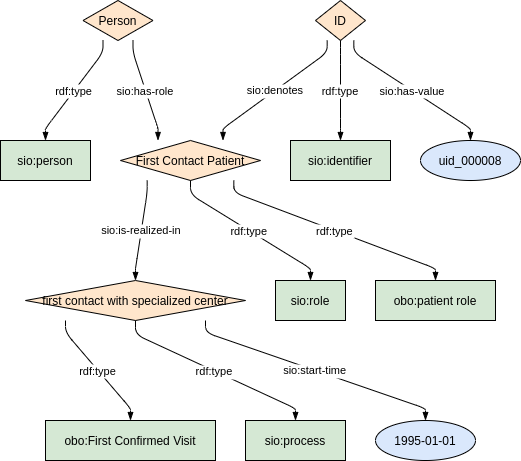
This is images/rdf/4_Care_pathway.png from ejp-rd-vp/ERN-common-data-elements, a draw.io export, as it was before one commit. Source tidied: cells renumbered, new cells last; positions are measured from the earlier drawing's top-left corner, leaving out a move shared by most shapes. Its diagram source:
```xml
<mxGraphModel>
  <root>
    <mxCell id="0" />
    <mxCell id="1" parent="0" />
    <object id="2" label="%name%" name="First Contact Patient" placeholders="1">
      <mxCell style="shape=rhombus;fillColor=#FFE6CC;strokeColor=#000000;" parent="1" vertex="1">
        <mxGeometry x="120" y="140" width="140" height="40" as="geometry" />
      </mxCell>
    </object>
    <object id="3" label="%name%" name="first contact with specialized center" placeholders="1">
      <mxCell style="shape=rhombus;fillColor=#FFE6CC;strokeColor=#000000;" parent="1" vertex="1">
        <mxGeometry x="25" y="280" width="220" height="40" as="geometry" />
      </mxCell>
    </object>
    <object id="4" label="%name%" name="obo:First Confirmed Visit" placeholders="1">
      <mxCell style="shape=rounded;fillColor=#d5e8d4;strokeColor=#000000;" parent="1" vertex="1">
        <mxGeometry x="45" y="420" width="170" height="40" as="geometry" />
      </mxCell>
    </object>
    <object id="5" label="%name%" name="1995-01-01" placeholders="1">
      <mxCell style="shape=ellipse;fillColor=#DAE8FC;strokeColor=#000000;" parent="1" vertex="1">
        <mxGeometry x="375" y="420" width="100" height="40" as="geometry" />
      </mxCell>
    </object>
    <object id="6" label="%name%" name="sio:role" placeholders="1">
      <mxCell style="shape=rounded;fillColor=#d5e8d4;strokeColor=#000000;" parent="1" vertex="1">
        <mxGeometry x="275" y="280" width="70" height="40" as="geometry" />
      </mxCell>
    </object>
    <object id="7" label="%name%" name="Person" placeholders="1">
      <mxCell style="shape=rhombus;fillColor=#FFE6CC;strokeColor=#000000;" parent="1" vertex="1">
        <mxGeometry x="82.5" width="70" height="40" as="geometry" />
      </mxCell>
    </object>
    <object id="8" label="%name%" name="sio:person" placeholders="1">
      <mxCell style="shape=rounded;fillColor=#d5e8d4;strokeColor=#000000;" parent="1" vertex="1">
        <mxGeometry y="140" width="90" height="40" as="geometry" />
      </mxCell>
    </object>
    <object id="9" label="%name%" name="ID" placeholders="1">
      <mxCell style="shape=rhombus;fillColor=#FFE6CC;strokeColor=#000000;" parent="1" vertex="1">
        <mxGeometry x="315" width="50" height="40" as="geometry" />
      </mxCell>
    </object>
    <object id="10" label="%name%" name="uid_000008" placeholders="1">
      <mxCell style="shape=ellipse;fillColor=#DAE8FC;strokeColor=#000000;" parent="1" vertex="1">
        <mxGeometry x="420" y="140" width="100" height="40" as="geometry" />
      </mxCell>
    </object>
    <object id="11" label="%name%" name="obo:patient role" placeholders="1">
      <mxCell style="shape=rounded;fillColor=#d5e8d4;strokeColor=#000000;" parent="1" vertex="1">
        <mxGeometry x="375" y="280" width="120" height="40" as="geometry" />
      </mxCell>
    </object>
    <object id="12" label="%name%" name="sio:identifier" placeholders="1">
      <mxCell style="shape=rounded;fillColor=#d5e8d4;strokeColor=#000000;" parent="1" vertex="1">
        <mxGeometry x="290" y="140" width="100" height="40" as="geometry" />
      </mxCell>
    </object>
    <object id="13" label="%name%" name="sio:process" placeholders="1">
      <mxCell style="shape=rounded;fillColor=#d5e8d4;strokeColor=#000000;" parent="1" vertex="1">
        <mxGeometry x="245" y="420" width="100" height="40" as="geometry" />
      </mxCell>
    </object>
    <mxCell id="14" value="sio:is-realized-in" style="curved=0;endArrow=blockThin;endFill=1;noEdgeStyle=1;orthogonal=1;" parent="1" edge="1" source="2" target="3">
      <mxGeometry relative="1" as="geometry">
        <Array as="points">
          <mxPoint x="146.7" y="192" />
          <mxPoint x="135" y="268" />
        </Array>
      </mxGeometry>
    </mxCell>
    <mxCell id="15" value="rdf:type" style="curved=0;endArrow=blockThin;endFill=1;noEdgeStyle=1;orthogonal=1;" parent="1" edge="1" source="3" target="4">
      <mxGeometry relative="1" as="geometry">
        <Array as="points">
          <mxPoint x="65" y="332" />
          <mxPoint x="130" y="408" />
        </Array>
      </mxGeometry>
    </mxCell>
    <mxCell id="16" value="rdf:type" style="curved=0;endArrow=blockThin;endFill=1;noEdgeStyle=1;orthogonal=1;" parent="1" edge="1" source="2" target="6">
      <mxGeometry relative="1" as="geometry">
        <Array as="points">
          <mxPoint x="190" y="194" />
          <mxPoint x="310" y="268" />
        </Array>
      </mxGeometry>
    </mxCell>
    <mxCell id="17" value="rdf:type" style="curved=0;endArrow=blockThin;endFill=1;noEdgeStyle=1;orthogonal=1;" parent="1" edge="1" source="7" target="8">
      <mxGeometry relative="1" as="geometry">
        <Array as="points">
          <mxPoint x="102.5" y="52" />
          <mxPoint x="45" y="128" />
        </Array>
      </mxGeometry>
    </mxCell>
    <mxCell id="18" value="rdf:type" style="curved=0;endArrow=blockThin;endFill=1;noEdgeStyle=1;orthogonal=1;" parent="1" edge="1" source="2" target="11">
      <mxGeometry relative="1" as="geometry">
        <Array as="points">
          <mxPoint x="233.3" y="192" />
          <mxPoint x="435" y="268" />
        </Array>
      </mxGeometry>
    </mxCell>
    <mxCell id="19" value="rdf:type" style="curved=0;endArrow=blockThin;endFill=1;noEdgeStyle=1;orthogonal=1;" parent="1" edge="1" source="9" target="12">
      <mxGeometry relative="1" as="geometry">
        <Array as="points">
          <mxPoint x="340" y="54" />
          <mxPoint x="340" y="128" />
        </Array>
      </mxGeometry>
    </mxCell>
    <mxCell id="20" value="rdf:type" style="curved=0;endArrow=blockThin;endFill=1;noEdgeStyle=1;orthogonal=1;" parent="1" edge="1" source="3" target="13">
      <mxGeometry relative="1" as="geometry">
        <Array as="points">
          <mxPoint x="135" y="334" />
          <mxPoint x="295" y="408" />
        </Array>
      </mxGeometry>
    </mxCell>
    <mxCell id="21" value="sio:start-time" style="curved=0;endArrow=blockThin;endFill=1;noEdgeStyle=1;orthogonal=1;" parent="1" edge="1" source="3" target="5">
      <mxGeometry relative="1" as="geometry">
        <Array as="points">
          <mxPoint x="205" y="332" />
          <mxPoint x="425" y="408" />
        </Array>
      </mxGeometry>
    </mxCell>
    <mxCell id="22" value="sio:has-value" style="curved=0;endArrow=blockThin;endFill=1;noEdgeStyle=1;orthogonal=1;" parent="1" edge="1" source="9" target="10">
      <mxGeometry relative="1" as="geometry">
        <Array as="points">
          <mxPoint x="353.3" y="52" />
          <mxPoint x="470" y="128" />
        </Array>
      </mxGeometry>
    </mxCell>
    <mxCell id="23" value="sio:denotes" style="curved=0;endArrow=blockThin;endFill=1;noEdgeStyle=1;orthogonal=1;" parent="1" edge="1" source="9" target="2">
      <mxGeometry relative="1" as="geometry">
        <Array as="points">
          <mxPoint x="326.7" y="52" />
          <mxPoint x="222.5" y="128" />
        </Array>
      </mxGeometry>
    </mxCell>
    <mxCell id="24" value="sio:has-role" style="curved=0;endArrow=blockThin;endFill=1;noEdgeStyle=1;orthogonal=1;" parent="1" edge="1" source="7" target="2">
      <mxGeometry relative="1" as="geometry">
        <Array as="points">
          <mxPoint x="132.5" y="52" />
          <mxPoint x="157.5" y="128" />
        </Array>
      </mxGeometry>
    </mxCell>
  </root>
</mxGraphModel>
```
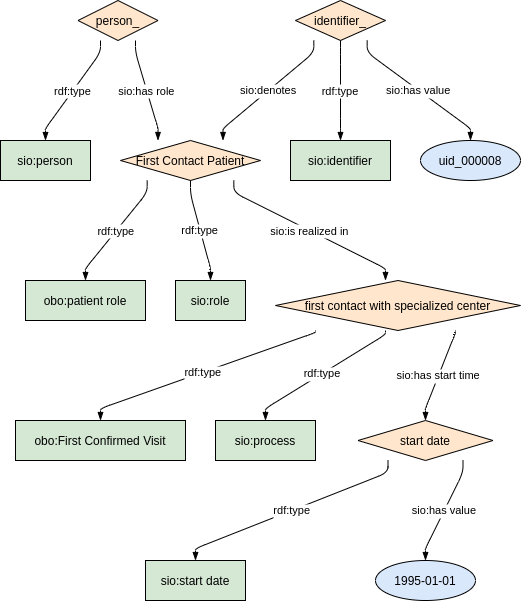
Later version of the same file.

Commit message:
New images after date structure revision

Change to the diagram source:
```diff
@@ -2,153 +2,179 @@
   <root>
     <mxCell id="0" />
     <mxCell id="1" parent="0" />
-    <object id="2" label="%name%" name="First Contact Patient" placeholders="1">
-      <mxCell style="shape=rhombus;fillColor=#FFE6CC;strokeColor=#000000;" parent="1" vertex="1">
-        <mxGeometry x="120" y="140" width="140" height="40" as="geometry" />
-      </mxCell>
-    </object>
-    <object id="3" label="%name%" name="first contact with specialized center" placeholders="1">
-      <mxCell style="shape=rhombus;fillColor=#FFE6CC;strokeColor=#000000;" parent="1" vertex="1">
-        <mxGeometry x="25" y="280" width="220" height="40" as="geometry" />
-      </mxCell>
-    </object>
-    <object id="4" label="%name%" name="obo:First Confirmed Visit" placeholders="1">
-      <mxCell style="shape=rounded;fillColor=#d5e8d4;strokeColor=#000000;" parent="1" vertex="1">
-        <mxGeometry x="45" y="420" width="170" height="40" as="geometry" />
-      </mxCell>
-    </object>
-    <object id="5" label="%name%" name="1995-01-01" placeholders="1">
-      <mxCell style="shape=ellipse;fillColor=#DAE8FC;strokeColor=#000000;" parent="1" vertex="1">
-        <mxGeometry x="375" y="420" width="100" height="40" as="geometry" />
-      </mxCell>
-    </object>
-    <object id="6" label="%name%" name="sio:role" placeholders="1">
-      <mxCell style="shape=rounded;fillColor=#d5e8d4;strokeColor=#000000;" parent="1" vertex="1">
-        <mxGeometry x="275" y="280" width="70" height="40" as="geometry" />
-      </mxCell>
-    </object>
-    <object id="7" label="%name%" name="Person" placeholders="1">
-      <mxCell style="shape=rhombus;fillColor=#FFE6CC;strokeColor=#000000;" parent="1" vertex="1">
-        <mxGeometry x="82.5" width="70" height="40" as="geometry" />
-      </mxCell>
-    </object>
-    <object id="8" label="%name%" name="sio:person" placeholders="1">
-      <mxCell style="shape=rounded;fillColor=#d5e8d4;strokeColor=#000000;" parent="1" vertex="1">
-        <mxGeometry y="140" width="90" height="40" as="geometry" />
-      </mxCell>
-    </object>
-    <object id="9" label="%name%" name="ID" placeholders="1">
-      <mxCell style="shape=rhombus;fillColor=#FFE6CC;strokeColor=#000000;" parent="1" vertex="1">
-        <mxGeometry x="315" width="50" height="40" as="geometry" />
-      </mxCell>
-    </object>
-    <object id="10" label="%name%" name="uid_000008" placeholders="1">
-      <mxCell style="shape=ellipse;fillColor=#DAE8FC;strokeColor=#000000;" parent="1" vertex="1">
-        <mxGeometry x="420" y="140" width="100" height="40" as="geometry" />
-      </mxCell>
-    </object>
-    <object id="11" label="%name%" name="obo:patient role" placeholders="1">
-      <mxCell style="shape=rounded;fillColor=#d5e8d4;strokeColor=#000000;" parent="1" vertex="1">
-        <mxGeometry x="375" y="280" width="120" height="40" as="geometry" />
-      </mxCell>
-    </object>
-    <object id="12" label="%name%" name="sio:identifier" placeholders="1">
-      <mxCell style="shape=rounded;fillColor=#d5e8d4;strokeColor=#000000;" parent="1" vertex="1">
-        <mxGeometry x="290" y="140" width="100" height="40" as="geometry" />
-      </mxCell>
-    </object>
-    <object id="13" label="%name%" name="sio:process" placeholders="1">
-      <mxCell style="shape=rounded;fillColor=#d5e8d4;strokeColor=#000000;" parent="1" vertex="1">
-        <mxGeometry x="245" y="420" width="100" height="40" as="geometry" />
-      </mxCell>
-    </object>
-    <mxCell id="14" value="sio:is-realized-in" style="curved=0;endArrow=blockThin;endFill=1;noEdgeStyle=1;orthogonal=1;" parent="1" edge="1" source="2" target="3">
-      <mxGeometry relative="1" as="geometry">
-        <Array as="points">
-          <mxPoint x="146.7" y="192" />
-          <mxPoint x="135" y="268" />
-        </Array>
-      </mxGeometry>
-    </mxCell>
-    <mxCell id="15" value="rdf:type" style="curved=0;endArrow=blockThin;endFill=1;noEdgeStyle=1;orthogonal=1;" parent="1" edge="1" source="3" target="4">
-      <mxGeometry relative="1" as="geometry">
-        <Array as="points">
-          <mxPoint x="65" y="332" />
-          <mxPoint x="130" y="408" />
-        </Array>
-      </mxGeometry>
-    </mxCell>
-    <mxCell id="16" value="rdf:type" style="curved=0;endArrow=blockThin;endFill=1;noEdgeStyle=1;orthogonal=1;" parent="1" edge="1" source="2" target="6">
-      <mxGeometry relative="1" as="geometry">
-        <Array as="points">
-          <mxPoint x="190" y="194" />
-          <mxPoint x="310" y="268" />
-        </Array>
-      </mxGeometry>
-    </mxCell>
-    <mxCell id="17" value="rdf:type" style="curved=0;endArrow=blockThin;endFill=1;noEdgeStyle=1;orthogonal=1;" parent="1" edge="1" source="7" target="8">
-      <mxGeometry relative="1" as="geometry">
-        <Array as="points">
-          <mxPoint x="102.5" y="52" />
-          <mxPoint x="45" y="128" />
-        </Array>
-      </mxGeometry>
-    </mxCell>
-    <mxCell id="18" value="rdf:type" style="curved=0;endArrow=blockThin;endFill=1;noEdgeStyle=1;orthogonal=1;" parent="1" edge="1" source="2" target="11">
-      <mxGeometry relative="1" as="geometry">
-        <Array as="points">
-          <mxPoint x="233.3" y="192" />
-          <mxPoint x="435" y="268" />
-        </Array>
-      </mxGeometry>
-    </mxCell>
-    <mxCell id="19" value="rdf:type" style="curved=0;endArrow=blockThin;endFill=1;noEdgeStyle=1;orthogonal=1;" parent="1" edge="1" source="9" target="12">
-      <mxGeometry relative="1" as="geometry">
-        <Array as="points">
-          <mxPoint x="340" y="54" />
-          <mxPoint x="340" y="128" />
-        </Array>
-      </mxGeometry>
-    </mxCell>
-    <mxCell id="20" value="rdf:type" style="curved=0;endArrow=blockThin;endFill=1;noEdgeStyle=1;orthogonal=1;" parent="1" edge="1" source="3" target="13">
-      <mxGeometry relative="1" as="geometry">
-        <Array as="points">
-          <mxPoint x="135" y="334" />
-          <mxPoint x="295" y="408" />
-        </Array>
-      </mxGeometry>
-    </mxCell>
-    <mxCell id="21" value="sio:start-time" style="curved=0;endArrow=blockThin;endFill=1;noEdgeStyle=1;orthogonal=1;" parent="1" edge="1" source="3" target="5">
-      <mxGeometry relative="1" as="geometry">
-        <Array as="points">
-          <mxPoint x="205" y="332" />
-          <mxPoint x="425" y="408" />
-        </Array>
-      </mxGeometry>
-    </mxCell>
-    <mxCell id="22" value="sio:has-value" style="curved=0;endArrow=blockThin;endFill=1;noEdgeStyle=1;orthogonal=1;" parent="1" edge="1" source="9" target="10">
-      <mxGeometry relative="1" as="geometry">
-        <Array as="points">
-          <mxPoint x="353.3" y="52" />
-          <mxPoint x="470" y="128" />
-        </Array>
-      </mxGeometry>
-    </mxCell>
+    <object id="25" label="%name%" name="first contact with specialized center" placeholders="1">
+      <mxCell style="shape=rhombus;fillColor=#FFE6CC;strokeColor=#000000;" parent="1" vertex="1">
+        <mxGeometry x="145" y="200" width="245" height="50" as="geometry" />
+      </mxCell>
+    </object>
+    <object id="26" label="%name%" name="First Contact Patient" placeholders="1">
+      <mxCell style="shape=rhombus;fillColor=#FFE6CC;strokeColor=#000000;" parent="1" vertex="1">
+        <mxGeometry x="-10" y="60" width="140" height="40" as="geometry" />
+      </mxCell>
+    </object>
+    <object id="27" label="%name%" name="obo:patient role" placeholders="1">
+      <mxCell style="shape=rounded;fillColor=#d5e8d4;strokeColor=#000000;" parent="1" vertex="1">
+        <mxGeometry x="-105" y="200" width="120" height="40" as="geometry" />
+      </mxCell>
+    </object>
+    <object id="28" label="%name%" name="sio:role" placeholders="1">
+      <mxCell style="shape=rounded;fillColor=#d5e8d4;strokeColor=#000000;" parent="1" vertex="1">
+        <mxGeometry x="45" y="200" width="70" height="40" as="geometry" />
+      </mxCell>
+    </object>
+    <object id="29" label="start date" name="carepathway_startdate_" placeholders="1">
+      <mxCell style="shape=rhombus;fillColor=#FFE6CC;strokeColor=#000000;" parent="1" vertex="1">
+        <mxGeometry x="227.5" y="340" width="135" height="40" as="geometry" />
+      </mxCell>
+    </object>
+    <object id="30" label="%name%" name="sio:start date" placeholders="1">
+      <mxCell style="shape=rounded;fillColor=#d5e8d4;strokeColor=#000000;" parent="1" vertex="1">
+        <mxGeometry x="15" y="480" width="100" height="40" as="geometry" />
+      </mxCell>
+    </object>
+    <object id="31" label="%name%" name="person_" placeholders="1">
+      <mxCell style="shape=rhombus;fillColor=#FFE6CC;strokeColor=#000000;" parent="1" vertex="1">
+        <mxGeometry x="-52.5" y="-80" width="80" height="40" as="geometry" />
+      </mxCell>
+    </object>
+    <object id="32" label="%name%" name="sio:person" placeholders="1">
+      <mxCell style="shape=rounded;fillColor=#d5e8d4;strokeColor=#000000;" parent="1" vertex="1">
+        <mxGeometry x="-130" y="60" width="90" height="40" as="geometry" />
+      </mxCell>
+    </object>
+    <object id="33" label="%name%" name="identifier_" placeholders="1">
+      <mxCell style="shape=rhombus;fillColor=#FFE6CC;strokeColor=#000000;" parent="1" vertex="1">
+        <mxGeometry x="165" y="-80" width="90" height="40" as="geometry" />
+      </mxCell>
+    </object>
+    <object id="34" label="%name%" name="uid_000008" placeholders="1">
+      <mxCell style="shape=ellipse;fillColor=#DAE8FC;strokeColor=#000000;" parent="1" vertex="1">
+        <mxGeometry x="290" y="60" width="100" height="40" as="geometry" />
+      </mxCell>
+    </object>
+    <object id="35" label="%name%" name="obo:First Confirmed Visit" placeholders="1">
+      <mxCell style="shape=rounded;fillColor=#d5e8d4;strokeColor=#000000;" parent="1" vertex="1">
+        <mxGeometry x="-115" y="340" width="170" height="40" as="geometry" />
+      </mxCell>
+    </object>
+    <object id="36" label="%name%" name="sio:identifier" placeholders="1">
+      <mxCell style="shape=rounded;fillColor=#d5e8d4;strokeColor=#000000;" parent="1" vertex="1">
+        <mxGeometry x="160" y="60" width="100" height="40" as="geometry" />
+      </mxCell>
+    </object>
+    <object id="37" label="%name%" name="1995-01-01" placeholders="1">
+      <mxCell style="shape=ellipse;fillColor=#DAE8FC;strokeColor=#000000;" parent="1" vertex="1">
+        <mxGeometry x="245" y="480" width="100" height="40" as="geometry" />
+      </mxCell>
+    </object>
+    <object id="38" label="%name%" name="sio:process" placeholders="1">
+      <mxCell style="shape=rounded;fillColor=#d5e8d4;strokeColor=#000000;" parent="1" vertex="1">
+        <mxGeometry x="85" y="340" width="100" height="40" as="geometry" />
+      </mxCell>
+    </object>
+    <mxCell id="39" value="rdf:type" style="curved=0;endArrow=blockThin;endFill=1;noEdgeStyle=1;orthogonal=1;" parent="1" edge="1" source="26" target="27">
+      <mxGeometry relative="1" as="geometry">
+        <Array as="points">
+          <mxPoint x="16.7" y="112" />
+          <mxPoint x="-45" y="188" />
+        </Array>
+      </mxGeometry>
+    </mxCell>
+    <mxCell id="40" value="rdf:type" style="curved=0;endArrow=blockThin;endFill=1;noEdgeStyle=1;orthogonal=1;" parent="1" edge="1" source="26" target="28">
+      <mxGeometry relative="1" as="geometry">
+        <Array as="points">
+          <mxPoint x="60" y="114" />
+          <mxPoint x="80" y="188" />
+        </Array>
+      </mxGeometry>
+    </mxCell>
+    <mxCell id="41" value="rdf:type" style="curved=0;endArrow=blockThin;endFill=1;noEdgeStyle=1;orthogonal=1;" parent="1" edge="1" source="29" target="30">
+      <mxGeometry relative="1" as="geometry">
+        <Array as="points">
+          <mxPoint x="257.5" y="392" />
+          <mxPoint x="65" y="468" />
+        </Array>
+      </mxGeometry>
+    </mxCell>
+    <mxCell id="42" value="rdf:type" style="curved=0;endArrow=blockThin;endFill=1;noEdgeStyle=1;orthogonal=1;" parent="1" edge="1" source="31" target="32">
+      <mxGeometry relative="1" as="geometry">
+        <Array as="points">
+          <mxPoint x="-30" y="-28" />
+          <mxPoint x="-85" y="48" />
+        </Array>
+      </mxGeometry>
+    </mxCell>
+    <mxCell id="43" value="rdf:type" style="curved=0;endArrow=blockThin;endFill=1;noEdgeStyle=1;orthogonal=1;" parent="1" edge="1" source="25" target="35">
+      <mxGeometry relative="1" as="geometry">
+        <Array as="points">
+          <mxPoint x="185" y="252" />
+          <mxPoint x="-30" y="328" />
+        </Array>
+      </mxGeometry>
+    </mxCell>
+    <mxCell id="44" value="rdf:type" style="curved=0;endArrow=blockThin;endFill=1;noEdgeStyle=1;orthogonal=1;" parent="1" edge="1" source="33" target="36">
+      <mxGeometry relative="1" as="geometry">
+        <Array as="points">
+          <mxPoint x="210" y="-26" />
+          <mxPoint x="210" y="48" />
+        </Array>
+      </mxGeometry>
+    </mxCell>
+    <mxCell id="45" value="rdf:type" style="curved=0;endArrow=blockThin;endFill=1;noEdgeStyle=1;orthogonal=1;" parent="1" edge="1" source="25" target="38">
+      <mxGeometry relative="1" as="geometry">
+        <Array as="points">
+          <mxPoint x="255" y="254" />
+          <mxPoint x="135" y="328" />
+        </Array>
+      </mxGeometry>
+    </mxCell>
+    <mxCell id="46" value="sio:has value" style="curved=0;endArrow=blockThin;endFill=1;noEdgeStyle=1;orthogonal=1;" parent="1" edge="1" source="33" target="34">
+      <mxGeometry relative="1" as="geometry">
+        <Array as="points">
+          <mxPoint x="236.7" y="-28" />
+          <mxPoint x="340" y="48" />
+        </Array>
+      </mxGeometry>
+    </mxCell>
+    <mxCell id="47" value="sio:has value" style="curved=0;endArrow=blockThin;endFill=1;noEdgeStyle=1;orthogonal=1;" parent="1" edge="1" source="29" target="37">
+      <mxGeometry relative="1" as="geometry">
+        <Array as="points">
+          <mxPoint x="332.5" y="392" />
+          <mxPoint x="295" y="468" />
+        </Array>
+      </mxGeometry>
+    </mxCell>
+    <mxCell id="48" value="sio:is realized in" style="curved=0;endArrow=blockThin;endFill=1;noEdgeStyle=1;orthogonal=1;" parent="1" edge="1" source="26" target="25">
+      <mxGeometry relative="1" as="geometry">
+        <Array as="points">
+          <mxPoint x="103.3" y="112" />
+          <mxPoint x="255" y="188" />
+        </Array>
+      </mxGeometry>
+    </mxCell>
+    <mxCell id="49" value="sio:has role" style="curved=0;endArrow=blockThin;endFill=1;noEdgeStyle=1;orthogonal=1;" parent="1" edge="1" source="31" target="26">
+      <mxGeometry relative="1" as="geometry">
+        <Array as="points">
+          <mxPoint x="5" y="-28" />
+          <mxPoint x="27.5" y="48" />
+        </Array>
+      </mxGeometry>
+    </mxCell>
+    <mxCell id="50" value="sio:has start time" style="curved=0;endArrow=blockThin;endFill=1;noEdgeStyle=1;orthogonal=1;" parent="1" edge="1" source="25" target="29">
+      <mxGeometry relative="1" as="geometry">
+        <Array as="points">
+          <mxPoint x="325" y="252" />
+          <mxPoint x="295" y="328" />
+        </Array>
+      </mxGeometry>
+    </mxCell>
-    <mxCell id="23" value="sio:denotes" style="curved=0;endArrow=blockThin;endFill=1;noEdgeStyle=1;orthogonal=1;" parent="1" edge="1" source="9" target="2">
+    <mxCell id="23" value="sio:denotes" style="curved=0;endArrow=blockThin;endFill=1;noEdgeStyle=1;orthogonal=1;" parent="1" edge="1" source="33" target="26">
       <mxGeometry relative="1" as="geometry">
         <Array as="points">
-          <mxPoint x="326.7" y="52" />
-          <mxPoint x="222.5" y="128" />
+          <mxPoint x="183.3" y="-28" />
+          <mxPoint x="92.5" y="48" />
         </Array>
       </mxGeometry>
     </mxCell>
-    <mxCell id="24" value="sio:has-role" style="curved=0;endArrow=blockThin;endFill=1;noEdgeStyle=1;orthogonal=1;" parent="1" edge="1" source="7" target="2">
-      <mxGeometry relative="1" as="geometry">
-        <Array as="points">
-          <mxPoint x="132.5" y="52" />
-          <mxPoint x="157.5" y="128" />
-        </Array>
-      </mxGeometry>
-    </mxCell>
   </root>
 </mxGraphModel>
```
